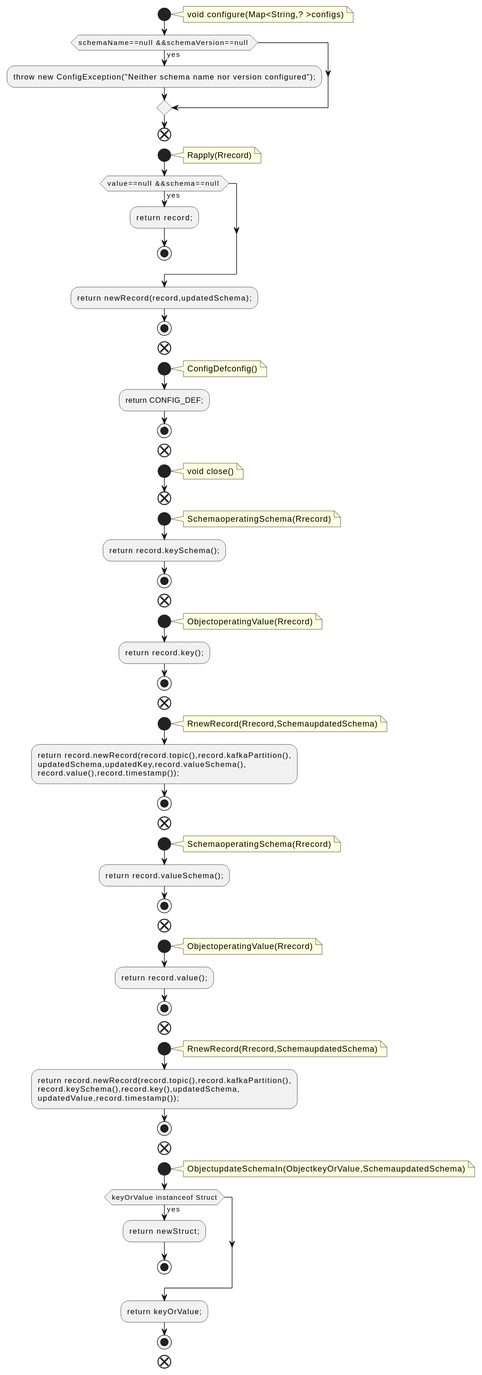
This is docs/qc/connect/transforms/src/main/java/org/apache/kafka/connect/transforms/SetSchemaMetadata.java.fct.svg from qualitesys/kafka, a PlantUML export, as it was before one commit.
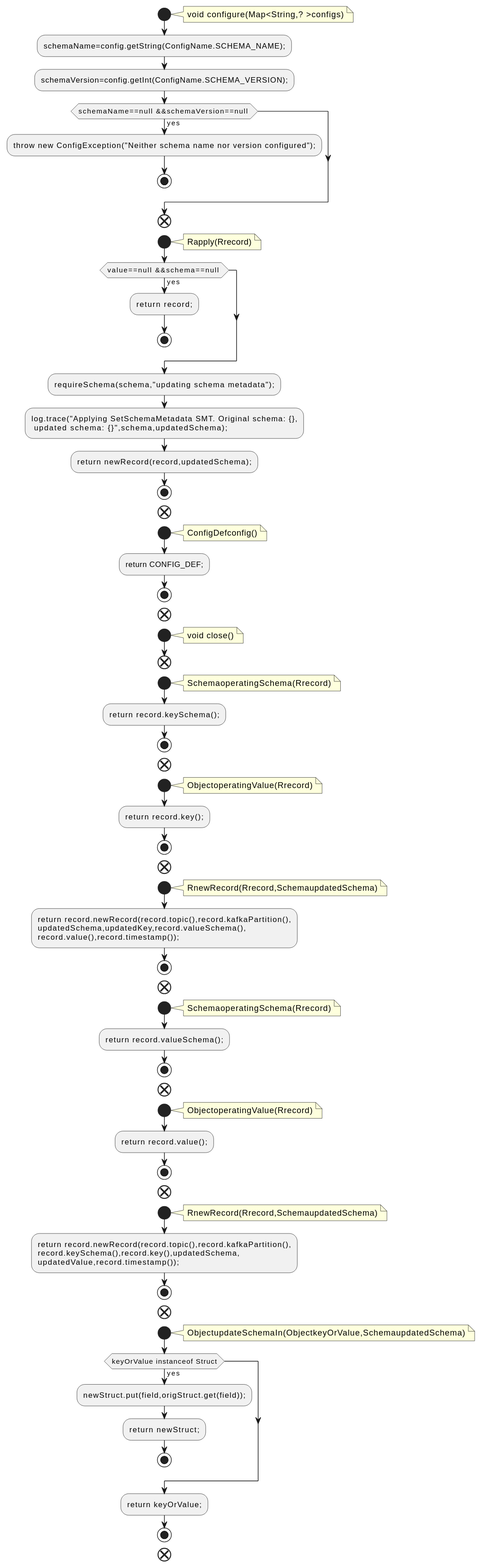
The same diagram one commit later.

Diff of the diagram source:
```diff
@@ -4,8 +4,11 @@
 note right
 void configure(Map<String,? >configs)
 end note
+:schemaName=config.getString(ConfigName.SCHEMA_NAME);;
+:schemaVersion=config.getInt(ConfigName.SCHEMA_VERSION);;
 if (schemaName==null &&schemaVersion==null ) then (yes)
 :throw new ConfigException("Neither schema name nor version configured");;
+stop
 endif
 end
 start
@@ -16,6 +19,9 @@
 :return record;;
 stop
 endif
+:requireSchema(schema,"updating schema metadata");;
+:log.trace("Applying SetSchemaMetadata SMT. Original schema: {},
+ updated schema: {}",schema,updatedSchema);;
 :return newRecord(record,updatedSchema);;
 stop
 end
@@ -82,6 +88,7 @@
 ObjectupdateSchemaIn(ObjectkeyOrValue,SchemaupdatedSchema)
 end note
 if (keyOrValue instanceof Struct) then (yes)
+:newStruct.put(field,origStruct.get(field));;
 :return newStruct;;
 stop
 endif
```
